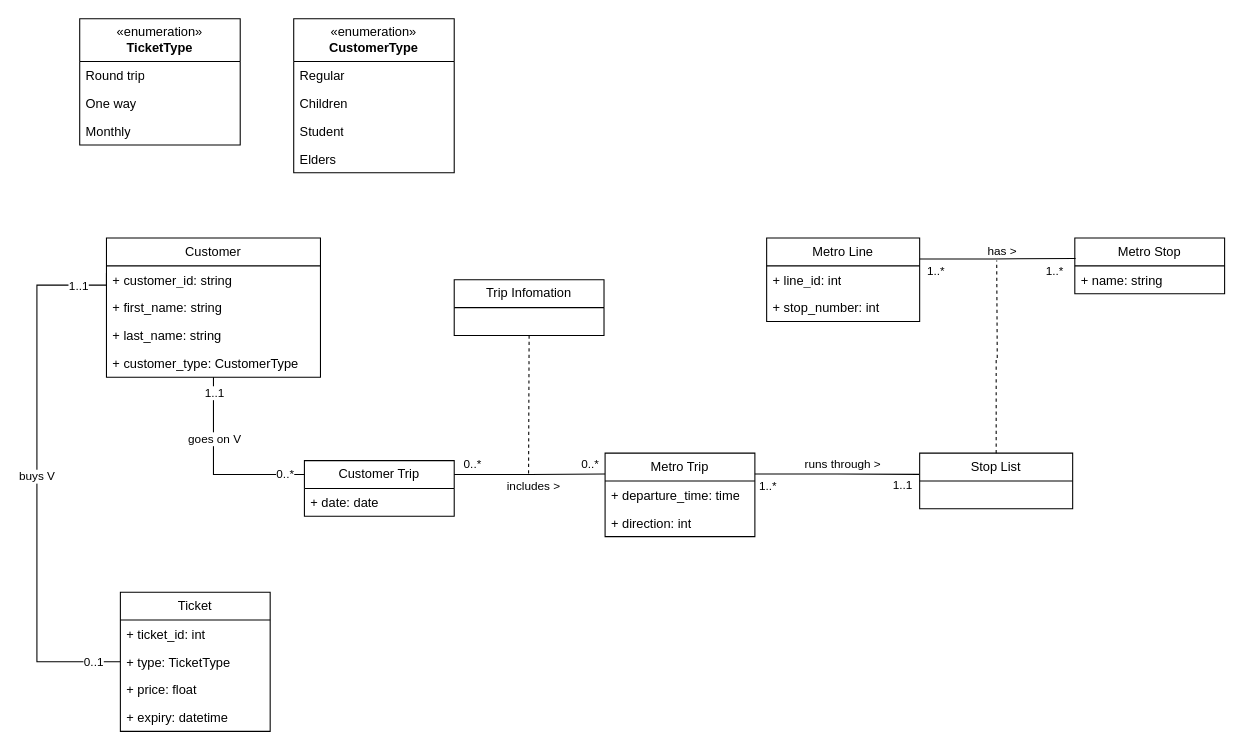
Above: page "UML" (1 of 2) of metro_project.drawio in emochivo/the_metro_project (draw.io), before the change. Source tidied: cells renumbered, new cells numbered last; positions are measured from the earlier drawing's top-left corner, leaving out a move shared by most shapes. Both pictures are drawn from the tidied source at 107%, with x=0, y=0 at pixel (36, 18).
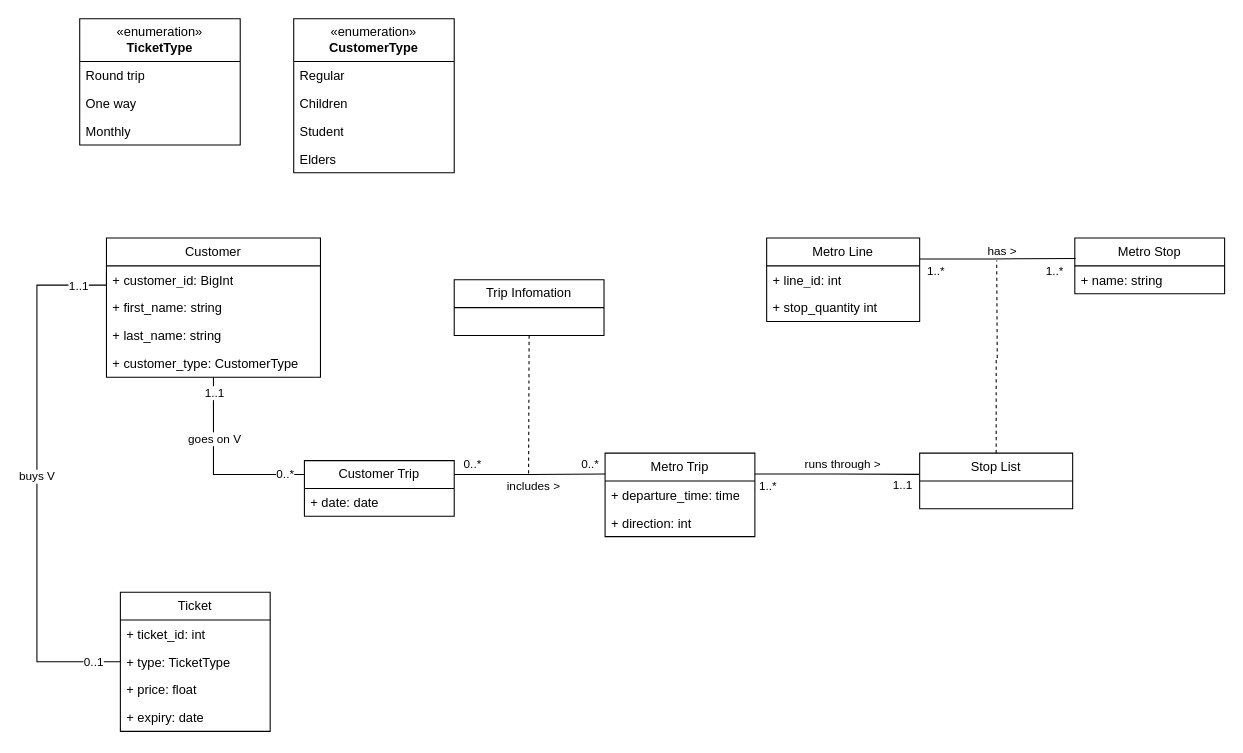
The same diagram, later.

Unchanged cells that the change refers to:
```xml
<mxCell id="10" value="Customer" style="swimlane;fontStyle=0;horizontal=1;startSize=26;fillColor=none;whiteSpace=wrap;html=1;" parent="1" vertex="1">
  <mxGeometry x="65" y="205" width="200" height="130" as="geometry" />
</mxCell>
<mxCell id="21" value="Metro Line" style="swimlane;fontStyle=0;horizontal=1;startSize=26;fillColor=none;whiteSpace=wrap;html=1;" parent="1" vertex="1">
  <mxGeometry x="682" y="205" width="143" height="78" as="geometry" />
</mxCell>
<mxCell id="24" value="Ticket" style="swimlane;fontStyle=0;horizontal=1;startSize=26;fillColor=none;whiteSpace=wrap;html=1;" parent="1" vertex="1">
  <mxGeometry x="78" y="536" width="140" height="130" as="geometry" />
</mxCell>
```

The edit, as a diff of the source:
```diff
@@
-    <mxCell id="11" value="+ customer_id: string" style="text;strokeColor=none;fillColor=none;align=left;verticalAlign=top;spacingLeft=4;spacingRight=4;overflow=hidden;whiteSpace=wrap;html=1;" parent="10" vertex="1">
+    <mxCell id="11" value="+ customer_id: BigInt" style="text;strokeColor=none;fillColor=none;align=left;verticalAlign=top;spacingLeft=4;spacingRight=4;overflow=hidden;whiteSpace=wrap;html=1;" parent="10" vertex="1">
       <mxGeometry y="26" width="200" height="26" as="geometry" />
     </mxCell>
@@
-    <mxCell id="23" value="+ stop_number: int" style="text;strokeColor=none;fillColor=none;align=left;verticalAlign=top;spacingLeft=4;spacingRight=4;overflow=hidden;whiteSpace=wrap;html=1;" parent="21" vertex="1">
+    <mxCell id="23" value="+ stop_quantity int" style="text;strokeColor=none;fillColor=none;align=left;verticalAlign=top;spacingLeft=4;spacingRight=4;overflow=hidden;whiteSpace=wrap;html=1;" parent="21" vertex="1">
       <mxGeometry y="52" width="143" height="26" as="geometry" />
     </mxCell>
@@
-    <mxCell id="28" value="+ expiry: datetime" style="text;strokeColor=none;fillColor=none;align=left;verticalAlign=top;spacingLeft=4;spacingRight=4;overflow=hidden;whiteSpace=wrap;html=1;" parent="24" vertex="1">
+    <mxCell id="28" value="+ expiry: date" style="text;strokeColor=none;fillColor=none;align=left;verticalAlign=top;spacingLeft=4;spacingRight=4;overflow=hidden;whiteSpace=wrap;html=1;" parent="24" vertex="1">
       <mxGeometry y="104" width="140" height="26" as="geometry" />
     </mxCell>
```
